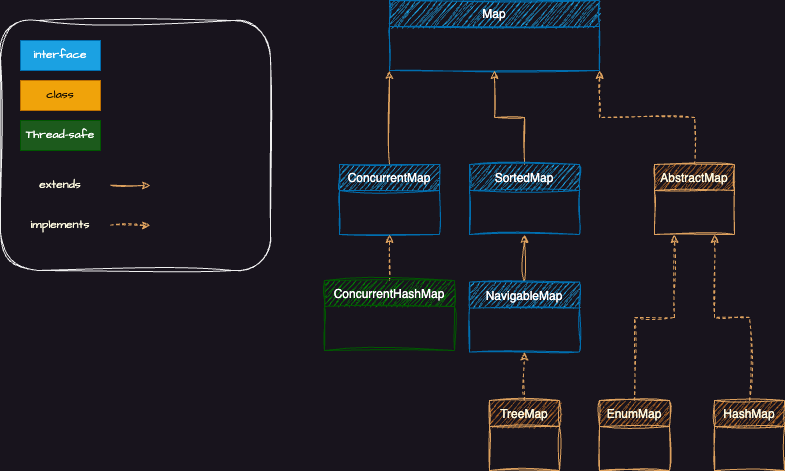
Above: JavaOCP20221017/src/main/java/com/ocp/day16/map/UML/GroupOfObjectsFromMap.png in JamesCoding888/JavaOCP20221017 (draw.io), before the change. Source tidied: cells renumbered, new cells last; positions are measured from the earlier drawing's top-left corner, leaving out a move shared by most shapes.
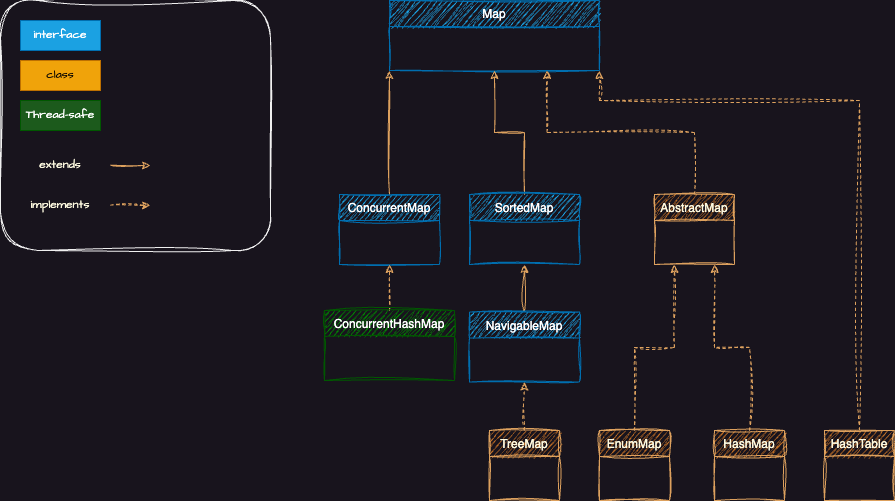
Above is the later version.

Commit message:
day16 1. Insert HashTable into UML structure

The edit, as a diff of the source:
```diff
@@ -15,7 +15,7 @@
       <mxGeometry x="324" y="280" width="130" height="70" as="geometry" />
     </mxCell>
     <mxCell id="6" value="Map" style="swimlane;fontStyle=0;align=center;verticalAlign=top;horizontal=1;startSize=26;rounded=0;shadow=0;strokeWidth=1;sketch=1;curveFitting=1;jiggle=2;labelBackgroundColor=none;fillColor=#1ba1e2;strokeColor=#006EAF;fontColor=#ffffff;" parent="1" vertex="1">
-      <mxGeometry x="389" width="210" height="70" as="geometry" />
+      <mxGeometry x="389" y="-30" width="210" height="70" as="geometry" />
     </mxCell>
     <mxCell id="7" style="edgeStyle=orthogonalEdgeStyle;rounded=0;sketch=1;hachureGap=4;jiggle=2;curveFitting=1;jettySize=auto;html=1;entryX=0.5;entryY=1;entryDx=0;entryDy=0;strokeColor=#DDA15E;fontFamily=Architects Daughter;fontSource=https%3A%2F%2Ffonts.googleapis.com%2Fcss%3Ffamily%3DArchitects%2BDaughter;fontColor=#FEFAE0;fillColor=#BC6C25;" parent="1" edge="1" source="8" target="6">
       <mxGeometry relative="1" as="geometry" />
@@ -36,39 +36,39 @@
       <mxGeometry x="489" y="400" width="70" height="70" as="geometry" />
     </mxCell>
     <mxCell id="13" value="Thread-safe" style="text;html=1;align=center;verticalAlign=middle;whiteSpace=wrap;rounded=0;fontFamily=Architects Daughter;fontSource=https%3A%2F%2Ffonts.googleapis.com%2Fcss%3Ffamily%3DArchitects%2BDaughter;fontColor=#ffffff;fillColor=#1c5a1c;strokeColor=#005700;" parent="1" vertex="1">
-      <mxGeometry x="20" y="120" width="80" height="30" as="geometry" />
+      <mxGeometry x="20" y="70" width="80" height="30" as="geometry" />
     </mxCell>
     <mxCell id="14" style="rounded=1;whiteSpace=wrap;html=1;sketch=1;hachureGap=4;jiggle=2;curveFitting=1;fontFamily=Architects Daughter;fontSource=https%3A%2F%2Ffonts.googleapis.com%2Fcss%3Ffamily%3DArchitects%2BDaughter;fillColor=none;" parent="1" vertex="1">
-      <mxGeometry y="20" width="270" height="250" as="geometry" />
+      <mxGeometry y="-30" width="270" height="250" as="geometry" />
     </mxCell>
     <mxCell id="15" style="endArrow=classic;html=1;rounded=0;sketch=1;hachureGap=4;jiggle=2;curveFitting=1;strokeColor=#DDA15E;fontFamily=Architects Daughter;fontSource=https%3A%2F%2Ffonts.googleapis.com%2Fcss%3Ffamily%3DArchitects%2BDaughter;fontColor=#FEFAE0;fillColor=#BC6C25;" parent="1" edge="1">
       <mxGeometry relative="1" as="geometry">
-        <mxPoint x="110" y="184.6" as="sourcePoint" />
-        <mxPoint x="150" y="185" as="targetPoint" />
+        <mxPoint x="110" y="134.6" as="sourcePoint" />
+        <mxPoint x="150" y="135" as="targetPoint" />
       </mxGeometry>
     </mxCell>
     <mxCell id="16" value="extends" style="text;html=1;align=center;verticalAlign=middle;whiteSpace=wrap;rounded=0;fontFamily=Architects Daughter;fontSource=https%3A%2F%2Ffonts.googleapis.com%2Fcss%3Ffamily%3DArchitects%2BDaughter;fontColor=#FEFAE0;" parent="1" vertex="1">
-      <mxGeometry x="30" y="170" width="60" height="30" as="geometry" />
+      <mxGeometry x="30" y="120" width="60" height="30" as="geometry" />
     </mxCell>
     <mxCell id="17" style="endArrow=classic;html=1;rounded=0;sketch=1;hachureGap=4;jiggle=2;curveFitting=1;strokeColor=#DDA15E;fontFamily=Architects Daughter;fontSource=https%3A%2F%2Ffonts.googleapis.com%2Fcss%3Ffamily%3DArchitects%2BDaughter;fontColor=#FEFAE0;fillColor=#BC6C25;dashed=1;" parent="1" edge="1">
       <mxGeometry relative="1" as="geometry">
-        <mxPoint x="110" y="224.6" as="sourcePoint" />
-        <mxPoint x="150" y="225" as="targetPoint" />
+        <mxPoint x="110" y="174.6" as="sourcePoint" />
+        <mxPoint x="150" y="175" as="targetPoint" />
       </mxGeometry>
     </mxCell>
     <mxCell id="18" value="implements" style="text;html=1;align=center;verticalAlign=middle;whiteSpace=wrap;rounded=0;fontFamily=Architects Daughter;fontSource=https%3A%2F%2Ffonts.googleapis.com%2Fcss%3Ffamily%3DArchitects%2BDaughter;fontColor=#FEFAE0;" parent="1" vertex="1">
-      <mxGeometry x="30" y="210" width="60" height="30" as="geometry" />
+      <mxGeometry x="30" y="160" width="60" height="30" as="geometry" />
     </mxCell>
     <mxCell id="19" value="interface" style="text;html=1;align=center;verticalAlign=middle;whiteSpace=wrap;rounded=0;fontFamily=Architects Daughter;fontSource=https%3A%2F%2Ffonts.googleapis.com%2Fcss%3Ffamily%3DArchitects%2BDaughter;fontColor=#ffffff;fillColor=#1ba1e2;strokeColor=#006EAF;" parent="1" vertex="1">
-      <mxGeometry x="20" y="40" width="80" height="30" as="geometry" />
+      <mxGeometry x="20" y="-10" width="80" height="30" as="geometry" />
     </mxCell>
     <mxCell id="20" value="class" style="text;html=1;align=center;verticalAlign=middle;whiteSpace=wrap;rounded=0;fontFamily=Architects Daughter;fontSource=https%3A%2F%2Ffonts.googleapis.com%2Fcss%3Ffamily%3DArchitects%2BDaughter;fontColor=#000000;fillColor=#f0a30a;strokeColor=#BD7000;" parent="1" vertex="1">
-      <mxGeometry x="20" y="80" width="80" height="30" as="geometry" />
+      <mxGeometry x="20" y="30" width="80" height="30" as="geometry" />
     </mxCell>
     <mxCell id="21" value="AbstractMap" style="swimlane;fontStyle=0;align=center;verticalAlign=top;horizontal=1;startSize=26;rounded=0;shadow=0;strokeWidth=1;sketch=1;curveFitting=1;jiggle=2;labelBackgroundColor=none;fillColor=#BC6C25;strokeColor=#DDA15E;fontColor=#FEFAE0;" parent="1" vertex="1">
       <mxGeometry x="654" y="164" width="80" height="70" as="geometry" />
     </mxCell>
-    <mxCell id="22" style="edgeStyle=orthogonalEdgeStyle;rounded=0;sketch=1;hachureGap=4;jiggle=2;curveFitting=1;jettySize=auto;html=1;entryX=1;entryY=1;entryDx=0;entryDy=0;strokeColor=#DDA15E;fontFamily=Architects Daughter;fontSource=https%3A%2F%2Ffonts.googleapis.com%2Fcss%3Ffamily%3DArchitects%2BDaughter;fontColor=#FEFAE0;fillColor=#BC6C25;exitX=0.5;exitY=0;exitDx=0;exitDy=0;dashed=1;" parent="1" edge="1" source="21" target="6">
+    <mxCell id="22" style="edgeStyle=orthogonalEdgeStyle;rounded=0;sketch=1;hachureGap=4;jiggle=2;curveFitting=1;jettySize=auto;html=1;entryX=0.75;entryY=1;entryDx=0;entryDy=0;strokeColor=#DDA15E;fontFamily=Architects Daughter;fontSource=https%3A%2F%2Ffonts.googleapis.com%2Fcss%3Ffamily%3DArchitects%2BDaughter;fontColor=#FEFAE0;fillColor=#BC6C25;exitX=0.5;exitY=0;exitDx=0;exitDy=0;dashed=1;" parent="1" edge="1" source="21" target="6">
       <mxGeometry relative="1" as="geometry" />
     </mxCell>
     <mxCell id="23" value="EnumMap" style="swimlane;fontStyle=0;align=center;verticalAlign=top;horizontal=1;startSize=26;rounded=0;shadow=0;strokeWidth=1;sketch=1;curveFitting=1;jiggle=2;labelBackgroundColor=none;fillColor=#BC6C25;strokeColor=#DDA15E;fontColor=#FEFAE0;" parent="1" vertex="1">
@@ -83,5 +83,15 @@
     <mxCell id="26" style="edgeStyle=orthogonalEdgeStyle;rounded=0;sketch=1;hachureGap=4;jiggle=2;curveFitting=1;jettySize=auto;html=1;entryX=0.75;entryY=1;entryDx=0;entryDy=0;strokeColor=#DDA15E;fontFamily=Architects Daughter;fontSource=https%3A%2F%2Ffonts.googleapis.com%2Fcss%3Ffamily%3DArchitects%2BDaughter;fontColor=#FEFAE0;fillColor=#BC6C25;dashed=1;exitX=0.5;exitY=0;exitDx=0;exitDy=0;" parent="1" edge="1" source="24" target="21">
       <mxGeometry relative="1" as="geometry" />
     </mxCell>
+    <mxCell id="27" value="HashTable" style="swimlane;fontStyle=0;align=center;verticalAlign=top;horizontal=1;startSize=26;rounded=0;shadow=0;strokeWidth=1;sketch=1;curveFitting=1;jiggle=2;labelBackgroundColor=none;fillColor=#BC6C25;strokeColor=#DDA15E;fontColor=#FEFAE0;" parent="1" vertex="1">
+      <mxGeometry x="824" y="400" width="70" height="70" as="geometry" />
+    </mxCell>
+    <mxCell id="28" style="edgeStyle=orthogonalEdgeStyle;rounded=0;sketch=1;hachureGap=4;jiggle=2;curveFitting=1;jettySize=auto;html=1;entryX=1;entryY=1;entryDx=0;entryDy=0;strokeColor=#DDA15E;fontFamily=Architects Daughter;fontSource=https%3A%2F%2Ffonts.googleapis.com%2Fcss%3Ffamily%3DArchitects%2BDaughter;fontColor=#FEFAE0;fillColor=#BC6C25;exitX=0.5;exitY=0;exitDx=0;exitDy=0;dashed=1;" parent="1" edge="1" source="27" target="6">
+      <mxGeometry relative="1" as="geometry">
+        <Array as="points">
+          <mxPoint x="859" y="70" />
+        </Array>
+      </mxGeometry>
+    </mxCell>
   </root>
 </mxGraphModel>
```
